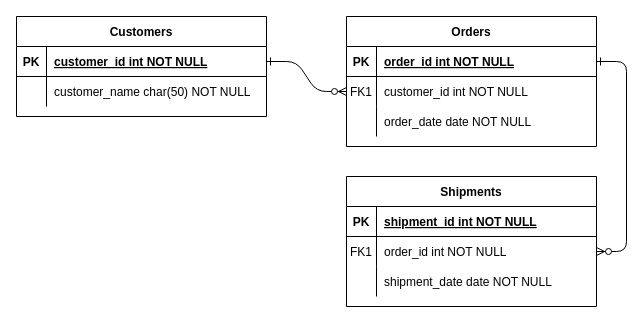
Earlier version of the draw.io diagram Diagramme sans nom.drawio (Joahnne-25/Folder_Diagramme-soutenance). Source tidied: cells renumbered, new cells numbered last; positions are measured from the earlier drawing's top-left corner, leaving out a move shared by most shapes. Both pictures are drawn from the tidied source at 100%, with x=0, y=0 at pixel (16, 16).
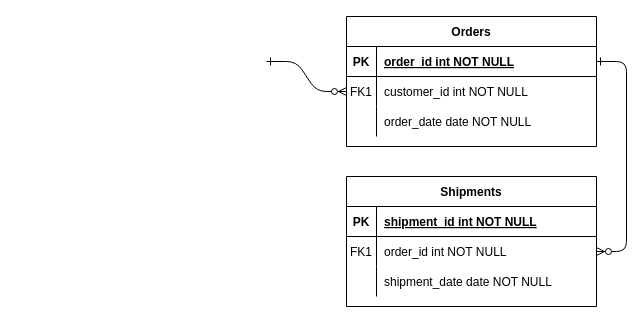
The same page after the edit.

Commit message:
Mettre à jour Diagramme sans nom.drawio

The change refers to these unchanged cells:
```xml
<mxCell id="8" style="shape=partialRectangle;fillColor=none;points=[[0,0.5],[1,0.5]];portConstraint=eastwest;top=0;left=0;right=0;bottom=0;" parent="4" vertex="1">
  <mxGeometry y="60" width="250" height="30" as="geometry" />
</mxCell>
```

What changed in the source:
```diff
@@
-    <mxCell id="2" style="edgeStyle=entityRelationEdgeStyle;endArrow=ERzeroToMany;startArrow=ERone;endFill=1;startFill=0;" parent="1" edge="1" source="25" target="8">
-      <mxGeometry relative="1" as="geometry" />
+    <mxCell id="2" style="edgeStyle=entityRelationEdgeStyle;endArrow=ERzeroToMany;startArrow=ERone;endFill=1;startFill=0;" parent="1" edge="1" target="8">
+      <mxGeometry relative="1" as="geometry">
+        <mxPoint x="250" y="45" as="sourcePoint" />
+      </mxGeometry>
     </mxCell>
@@
-    <mxCell id="24" value="Customers" style="shape=table;startSize=30;childLayout=tableLayout;rowLines=0;fontStyle=1;align=center;" parent="1" vertex="1">
-      <mxGeometry width="250" height="100" as="geometry" />
-    </mxCell>
-    <mxCell id="25" style="shape=partialRectangle;fillColor=none;points=[[0,0.5],[1,0.5]];portConstraint=eastwest;top=0;left=0;right=0;bottom=1;" parent="24" vertex="1">
-      <mxGeometry y="30" width="250" height="30" as="geometry" />
-    </mxCell>
-    <mxCell id="26" value="PK" style="shape=partialRectangle;overflow=hidden;fillColor=none;top=0;left=0;bottom=0;right=0;fontStyle=1;" parent="25" vertex="1">
-      <mxGeometry width="30" height="30" as="geometry" />
-    </mxCell>
-    <mxCell id="27" value="customer_id int NOT NULL " style="shape=partialRectangle;overflow=hidden;fillColor=none;top=0;left=0;bottom=0;right=0;align=left;spacingLeft=6;fontStyle=5;" parent="25" vertex="1">
-      <mxGeometry x="30" width="220" height="30" as="geometry" />
-    </mxCell>
-    <mxCell id="28" style="shape=partialRectangle;fillColor=none;top=0;left=0;right=0;bottom=0;" parent="24" vertex="1">
-      <mxGeometry y="60" width="250" height="30" as="geometry" />
-    </mxCell>
-    <mxCell id="29" style="shape=partialRectangle;overflow=hidden;fillColor=none;top=0;left=0;bottom=0;right=0;" parent="28" vertex="1">
-      <mxGeometry width="30" height="30" as="geometry" />
-    </mxCell>
-    <mxCell id="30" value="customer_name char(50) NOT NULL" style="shape=partialRectangle;overflow=hidden;fillColor=none;top=0;left=0;bottom=0;right=0;align=left;spacingLeft=6;" parent="28" vertex="1">
-      <mxGeometry x="30" width="220" height="30" as="geometry" />
-    </mxCell>
```
